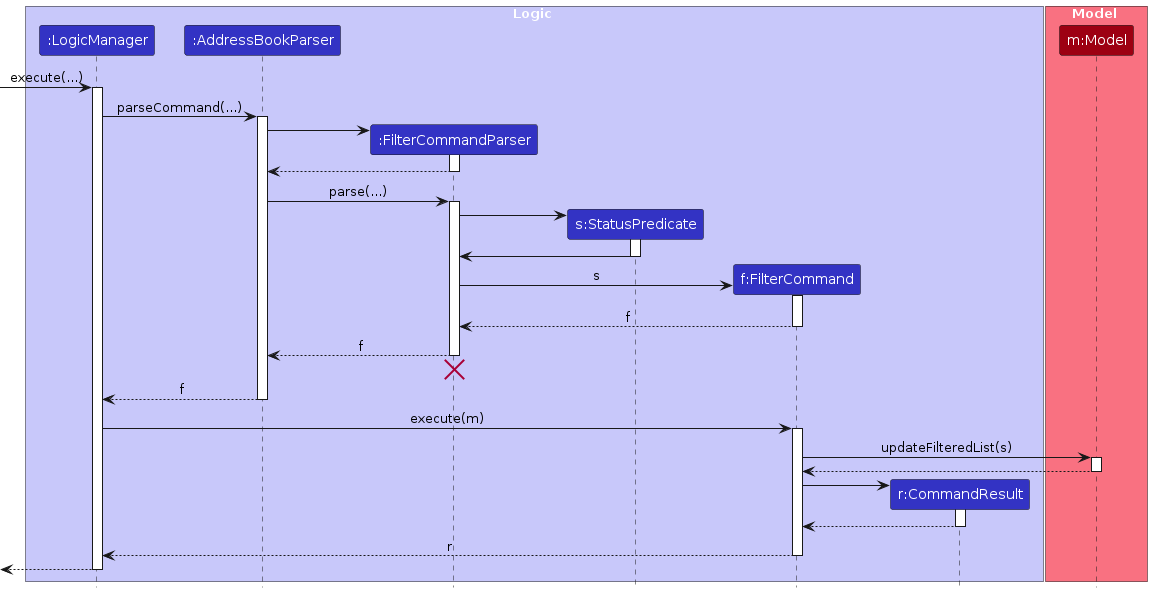
This is diagrams/FilterSequenceDiagram.png from woke02/tp, a PlantUML export, as it was before one commit. Its source is kept beside it as diagrams/FilterSequenceDiagram.puml. The source it was exported from:
```plantuml
@startuml
!include style.puml
skinparam ArrowFontStyle plain

box Logic LOGIC_COLOR_T1
participant ":LogicManager" as LogicManager LOGIC_COLOR
participant ":AddressBookParser" as AddressBookParser LOGIC_COLOR
participant ":FilterCommandParser" as FilterCommandParser LOGIC_COLOR
participant "s:StatusPredicate" as StatusPredicate LOGIC_COLOR
participant "f:FilterCommand" as FilterCommand LOGIC_COLOR
participant "r:CommandResult" as CommandResult LOGIC_COLOR

end box

box Model MODEL_COLOR_T1
participant "m:Model" as Model MODEL_COLOR
end box

[-> LogicManager : execute(...)
activate LogicManager

LogicManager -> AddressBookParser : parseCommand(...)
activate AddressBookParser

create FilterCommandParser
AddressBookParser -> FilterCommandParser
activate FilterCommandParser

FilterCommandParser --> AddressBookParser
deactivate FilterCommandParser

AddressBookParser -> FilterCommandParser : parse(...)
activate FilterCommandParser

create StatusPredicate
FilterCommandParser -> StatusPredicate
activate StatusPredicate

StatusPredicate -> FilterCommandParser
deactivate StatusPredicate

create FilterCommand
FilterCommandParser -> FilterCommand : s
activate FilterCommand

FilterCommand --> FilterCommandParser : f
deactivate FilterCommand

FilterCommandParser --> AddressBookParser : f
deactivate FilterCommandParser

FilterCommandParser -[hidden]-> AddressBookParser
destroy FilterCommandParser

AddressBookParser --> LogicManager : f
deactivate AddressBookParser

LogicManager -> FilterCommand : execute(m)
activate FilterCommand

FilterCommand -> Model : updateFilteredList(s)
activate Model

Model --> FilterCommand
deactivate Model

create CommandResult
FilterCommand -> CommandResult
activate CommandResult

CommandResult --> FilterCommand
deactivate CommandResult

FilterCommand --> LogicManager : r
deactivate FilterCommand

[<--LogicManager
deactivate LogicManager
@enduml
```
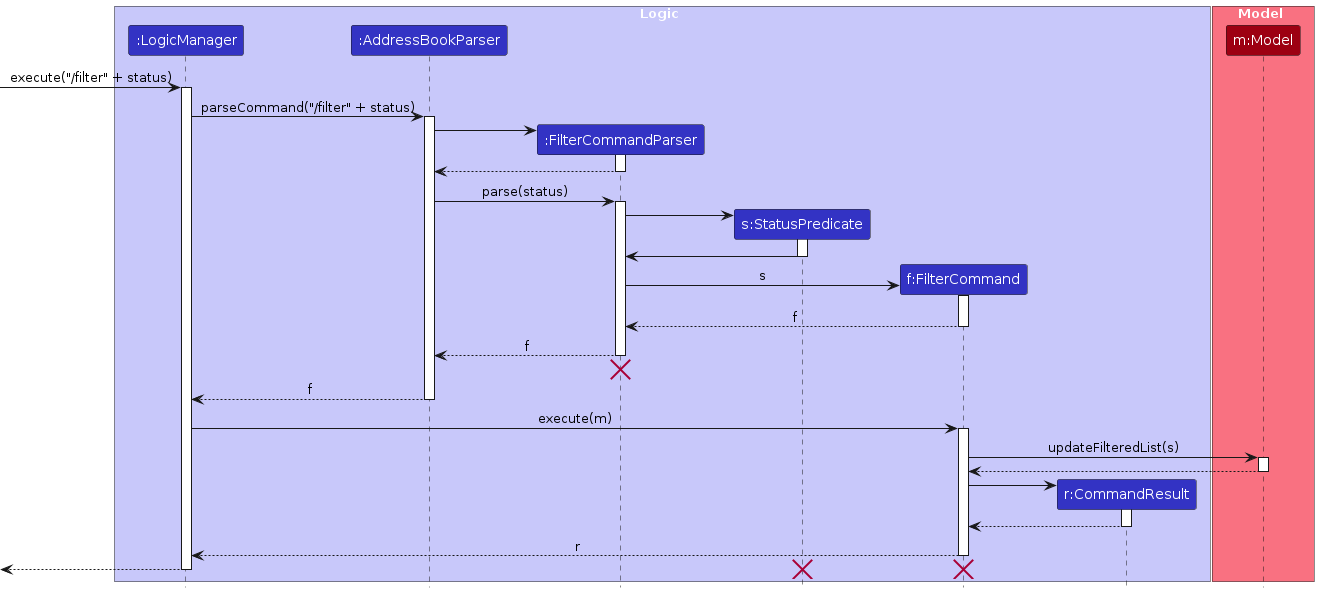
The same file after the commit.

Change to the diagram source:
```diff
@@ -16,10 +16,10 @@
 participant "m:Model" as Model MODEL_COLOR
 end box
 
-[-> LogicManager : execute(...)
+[-> LogicManager : execute("/filter" + status)
 activate LogicManager
 
-LogicManager -> AddressBookParser : parseCommand(...)
+LogicManager -> AddressBookParser : parseCommand("/filter" + status)
 activate AddressBookParser
 
 create FilterCommandParser
@@ -29,7 +29,7 @@
 FilterCommandParser --> AddressBookParser
 deactivate FilterCommandParser
 
-AddressBookParser -> FilterCommandParser : parse(...)
+AddressBookParser -> FilterCommandParser : parse(status)
 activate FilterCommandParser
 
 create StatusPredicate
@@ -76,4 +76,6 @@
 
 [<--LogicManager
 deactivate LogicManager
+destroy FilterCommand
+destroy StatusPredicate
 @enduml
```
